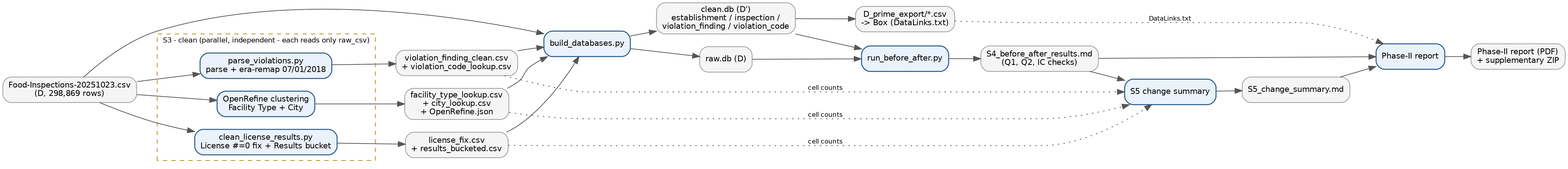
Earlier version of the Graphviz export workflow/Workflow_W1_outer.png (kunal7illinois/cs513-team117-food-inspections). Its source is kept beside it as workflow/Workflow_W1_outer.dot.
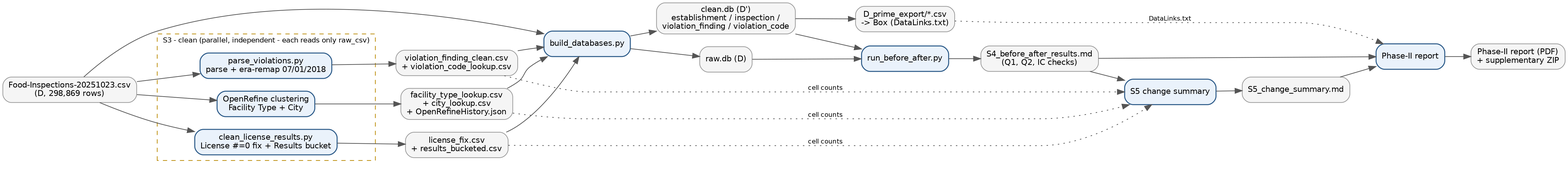
The same diagram one commit later.

What changed in the source:
```diff
@@ -25,7 +25,7 @@
     node [shape=box, style="rounded,filled", fillcolor="#F5F5F5", color="#999999"];
     raw_csv [label="Food-Inspections-20251023.csv\n(D, 298,869 rows)"];
     vfind [label="violation_finding_clean.csv\n+ violation_code_lookup.csv"];
-    ftype_city [label="facility_type_lookup.csv\n+ city_lookup.csv\n+ OpenRefine.json"];
+    ftype_city [label="facility_type_lookup.csv\n+ city_lookup.csv\n+ OpenRefineHistory.json"];
     lic_results [label="license_fix.csv\n+ results_bucketed.csv"];
     raw_db [label="raw.db (D)"];
     clean_db [label="clean.db (D')\nestablishment / inspection /\nviolation_finding / violation_code"];
```
